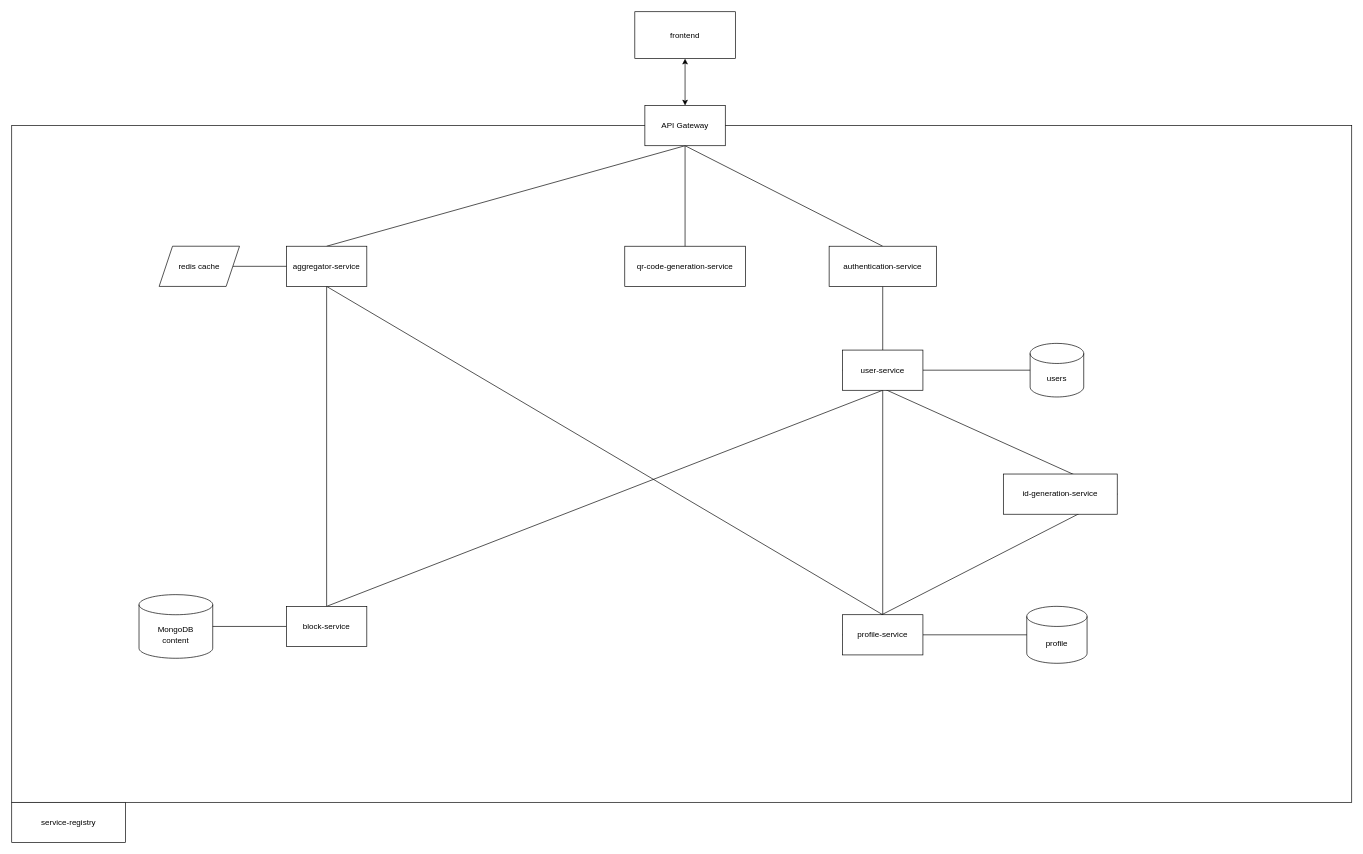
Earlier version of the draw.io diagram ziplink.drawio (shyn9yskhan/ziplink). Source tidied: cells renumbered, new cells numbered last; positions are measured from the earlier drawing's top-left corner, leaving out a move shared by most shapes. Both pictures are drawn from the tidied source at 67%, with x=0, y=0 at pixel (11, 11).
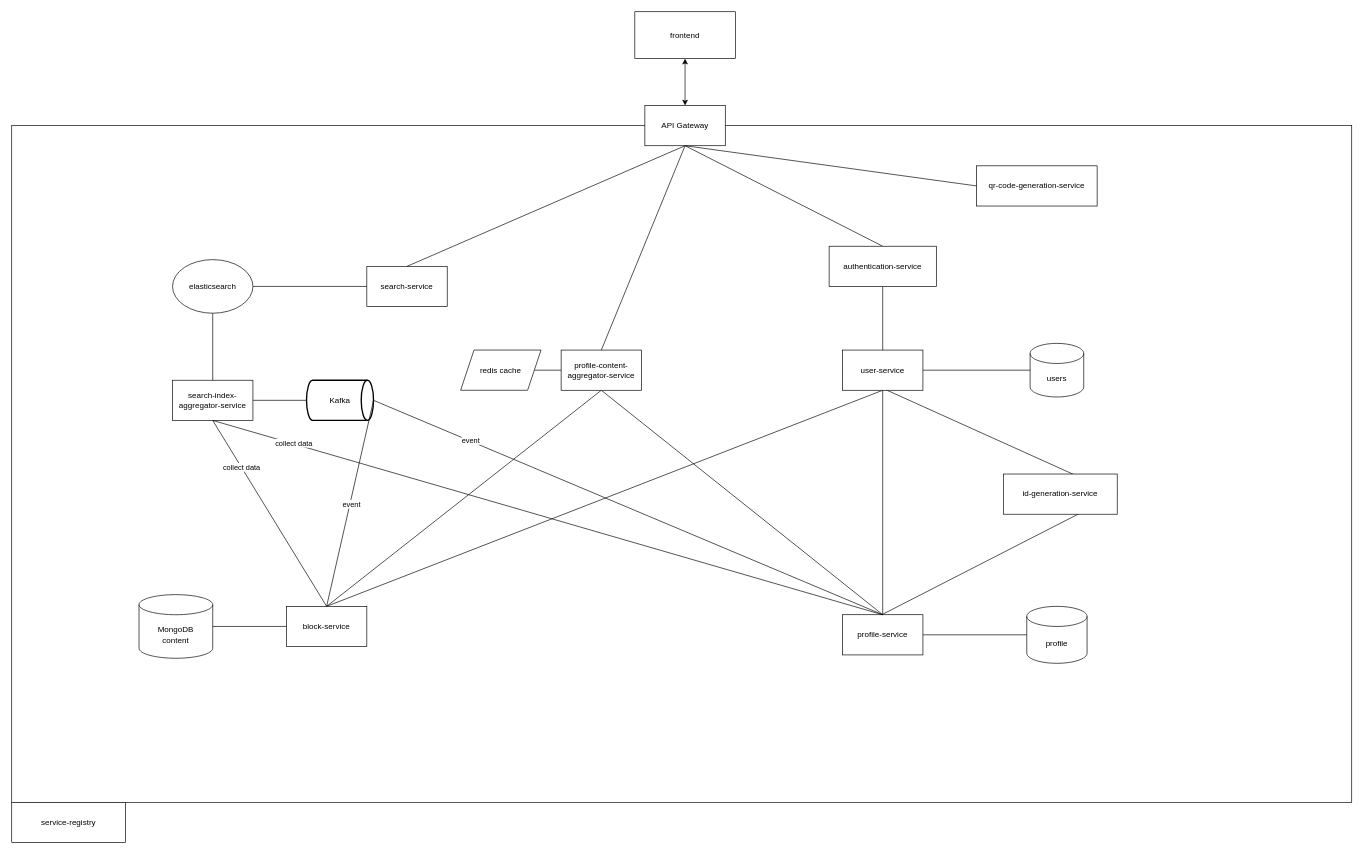
Above is the later version.

Unchanged cells that the change refers to:
```xml
<mxCell id="22" value="API Gateway" style="rounded=0;whiteSpace=wrap;html=1;" parent="1" vertex="1">
  <mxGeometry x="945" y="140" width="120" height="60" as="geometry" />
</mxCell>
<mxCell id="26" value="block-service" style="rounded=0;whiteSpace=wrap;html=1;" parent="1" vertex="1">
  <mxGeometry x="410" y="887.5" width="120" height="60" as="geometry" />
</mxCell>
<mxCell id="27" value="profile-service" style="rounded=0;whiteSpace=wrap;html=1;" parent="1" vertex="1">
  <mxGeometry x="1240" y="900" width="120" height="60" as="geometry" />
</mxCell>
```

The edit, as a diff of the source:
```diff
@@
-    <mxCell id="21" value="aggregator-service" style="rounded=0;whiteSpace=wrap;html=1;" parent="1" vertex="1">
-      <mxGeometry x="410" y="350" width="120" height="60" as="geometry" />
+    <mxCell id="21" value="profile-content-aggregator-service" style="rounded=0;whiteSpace=wrap;html=1;" parent="1" vertex="1">
+      <mxGeometry x="820" y="505" width="120" height="60" as="geometry" />
     </mxCell>
@@
     <mxCell id="29" value="redis cache" style="shape=parallelogram;perimeter=parallelogramPerimeter;whiteSpace=wrap;html=1;fixedSize=1;" parent="1" vertex="1">
-      <mxGeometry x="220" y="350" width="120" height="60" as="geometry" />
+      <mxGeometry x="670" y="505" width="120" height="60" as="geometry" />
     </mxCell>
     <mxCell id="30" value="qr-code-generation-service" style="rounded=0;whiteSpace=wrap;html=1;" parent="1" vertex="1">
-      <mxGeometry x="915" y="350" width="180" height="60" as="geometry" />
+      <mxGeometry x="1440" y="230" width="180" height="60" as="geometry" />
     </mxCell>
-    <mxCell id="31" style="endArrow=none;html=1;rounded=0;exitX=0.5;exitY=0;exitDx=0;exitDy=0;entryX=0.5;entryY=1;entryDx=0;entryDy=0;" parent="1" edge="1" source="30" target="22">
+    <mxCell id="31" style="endArrow=none;html=1;rounded=0;exitX=0;exitY=0.5;exitDx=0;exitDy=0;entryX=0.5;entryY=1;entryDx=0;entryDy=0;" parent="1" edge="1" source="30" target="22">
       <mxGeometry relative="1" as="geometry" />
     </mxCell>
+    <mxCell id="32" value="search-service" style="rounded=0;whiteSpace=wrap;html=1;" parent="1" vertex="1">
+      <mxGeometry x="530" y="380" width="120" height="60" as="geometry" />
+    </mxCell>
+    <mxCell id="33" value="elasticsearch" style="ellipse;whiteSpace=wrap;html=1;" parent="1" vertex="1">
+      <mxGeometry x="240" y="370" width="120" height="80" as="geometry" />
+    </mxCell>
+    <mxCell id="34" style="endArrow=none;html=1;rounded=0;exitX=1;exitY=0.5;exitDx=0;exitDy=0;entryX=0;entryY=0.5;entryDx=0;entryDy=0;" parent="1" edge="1" source="33" target="32">
+      <mxGeometry relative="1" as="geometry" />
+    </mxCell>
+    <mxCell id="35" value="search-index-aggregator-service" style="rounded=0;whiteSpace=wrap;html=1;" parent="1" vertex="1">
+      <mxGeometry x="240" y="550" width="120" height="60" as="geometry" />
+    </mxCell>
+    <mxCell id="36" value="Kafka" style="strokeWidth=2;html=1;shape=mxgraph.flowchart.direct_data;whiteSpace=wrap;" parent="1" vertex="1">
+      <mxGeometry x="440" y="550" width="100" height="60" as="geometry" />
+    </mxCell>
+    <mxCell id="37" style="endArrow=none;html=1;rounded=0;exitX=1;exitY=0.5;exitDx=0;exitDy=0;entryX=0;entryY=0.5;entryDx=0;entryDy=0;entryPerimeter=0;" parent="1" edge="1" source="35" target="36">
+      <mxGeometry relative="1" as="geometry" />
+    </mxCell>
+    <mxCell id="38" style="endArrow=none;html=1;rounded=0;exitX=1;exitY=0.5;exitDx=0;exitDy=0;exitPerimeter=0;entryX=0.5;entryY=0;entryDx=0;entryDy=0;" parent="1" edge="1" source="36" target="26">
+      <mxGeometry relative="1" as="geometry" />
+    </mxCell>
+    <mxCell id="39" value="event" style="edgeLabel;html=1;align=center;verticalAlign=middle;" parent="38" vertex="1">
+      <mxGeometry y="2" relative="1" as="geometry" />
+    </mxCell>
+    <mxCell id="40" style="endArrow=none;html=1;rounded=0;entryX=1;entryY=0.5;entryDx=0;entryDy=0;entryPerimeter=0;exitX=0.5;exitY=0;exitDx=0;exitDy=0;" parent="1" edge="1" source="27" target="36">
+      <mxGeometry relative="1" as="geometry" />
+    </mxCell>
+    <mxCell id="41" value="event" style="edgeLabel;html=1;align=center;verticalAlign=middle;" parent="40" vertex="1">
+      <mxGeometry x="0.62" y="-1" relative="1" as="geometry" />
+    </mxCell>
+    <mxCell id="42" style="endArrow=none;html=1;rounded=0;entryX=0.5;entryY=1;entryDx=0;entryDy=0;exitX=0.5;exitY=0;exitDx=0;exitDy=0;" parent="1" edge="1" source="26" target="35">
+      <mxGeometry relative="1" as="geometry" />
+    </mxCell>
+    <mxCell id="43" value="collect data" style="edgeLabel;html=1;align=center;verticalAlign=middle;" parent="42" vertex="1">
+      <mxGeometry x="0.5" relative="1" as="geometry" />
+    </mxCell>
+    <mxCell id="44" style="endArrow=none;html=1;rounded=0;exitX=0.5;exitY=1;exitDx=0;exitDy=0;entryX=0.5;entryY=0;entryDx=0;entryDy=0;" parent="1" edge="1" source="35" target="27">
+      <mxGeometry relative="1" as="geometry" />
+    </mxCell>
+    <mxCell id="45" value="collect data" style="edgeLabel;html=1;align=center;verticalAlign=middle;" parent="44" vertex="1">
+      <mxGeometry x="-0.76" y="1" relative="1" as="geometry" />
+    </mxCell>
+    <mxCell id="46" style="endArrow=none;html=1;rounded=0;exitX=0.5;exitY=0;exitDx=0;exitDy=0;entryX=0.5;entryY=1;entryDx=0;entryDy=0;" parent="1" edge="1" source="35" target="33">
+      <mxGeometry relative="1" as="geometry" />
+    </mxCell>
+    <mxCell id="47" style="endArrow=none;html=1;rounded=0;exitX=0.5;exitY=0;exitDx=0;exitDy=0;entryX=0.5;entryY=1;entryDx=0;entryDy=0;" parent="1" edge="1" source="32" target="22">
+      <mxGeometry relative="1" as="geometry" />
+    </mxCell>
```
